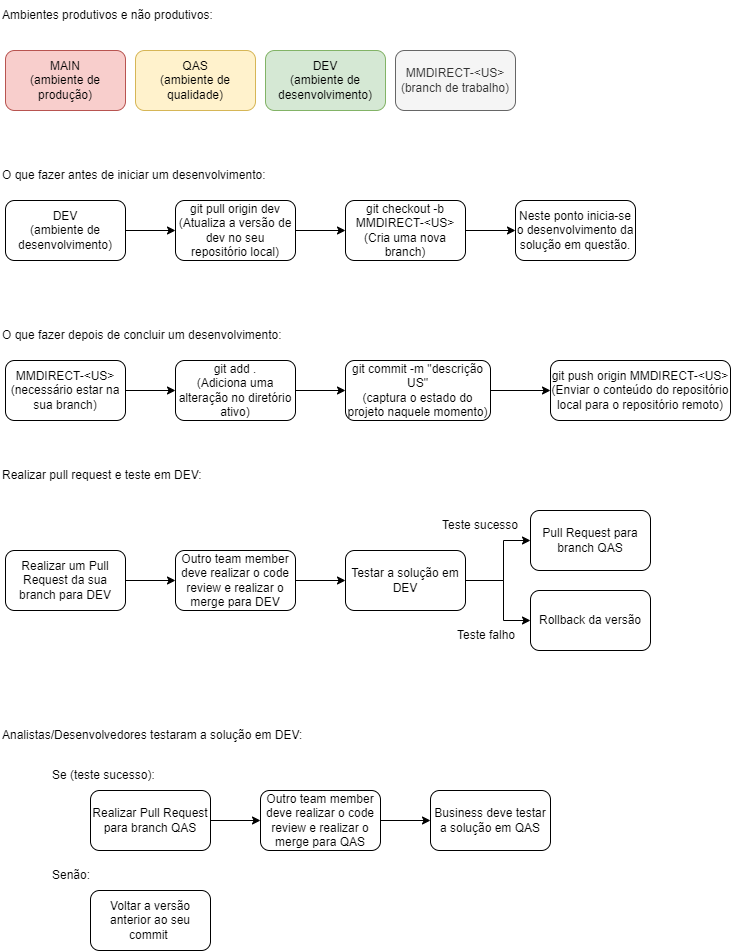
Earlier version of the draw.io export Github flow 2.drawio.png (JuRibeiro/github-flow). Source tidied: cells renumbered, new cells last; positions are measured from the earlier drawing's top-left corner, leaving out a move shared by most shapes.
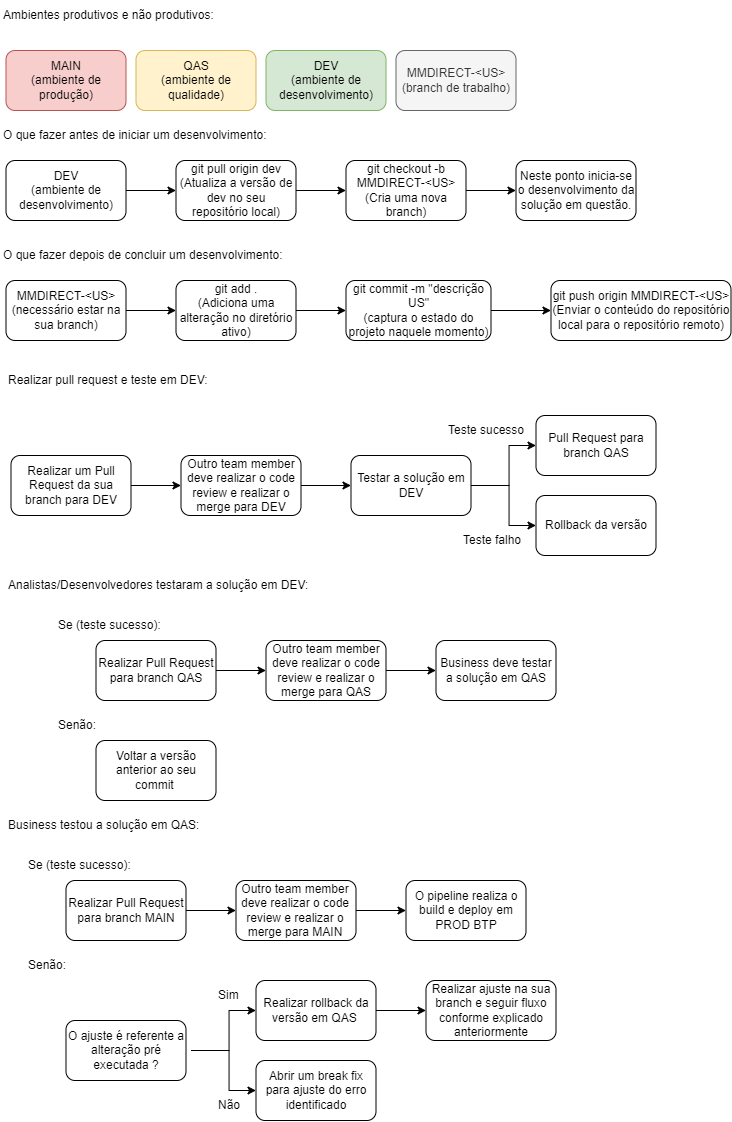
The same file after the commit.

What changed in the source:
```diff
@@ -3,143 +3,209 @@
     <mxCell id="0" />
     <mxCell id="1" parent="0" />
     <mxCell id="2" value="MAIN&lt;br&gt;(ambiente de produção)" style="rounded=1;whiteSpace=wrap;html=1;fillColor=#f8cecc;strokeColor=#b85450;" parent="1" vertex="1">
-      <mxGeometry x="5" y="50" width="120" height="60" as="geometry" />
+      <mxGeometry x="-17.5" y="-30" width="120" height="60" as="geometry" />
     </mxCell>
     <mxCell id="3" value="QAS&lt;br&gt;(ambiente de qualidade)" style="rounded=1;whiteSpace=wrap;html=1;fillColor=#fff2cc;strokeColor=#d6b656;" parent="1" vertex="1">
-      <mxGeometry x="135" y="50" width="120" height="60" as="geometry" />
+      <mxGeometry x="112.5" y="-30" width="120" height="60" as="geometry" />
     </mxCell>
     <mxCell id="4" value="DEV&lt;br&gt;(ambiente de desenvolvimento)" style="rounded=1;whiteSpace=wrap;html=1;fillColor=#d5e8d4;strokeColor=#82b366;" parent="1" vertex="1">
-      <mxGeometry x="265" y="50" width="120" height="60" as="geometry" />
+      <mxGeometry x="242.5" y="-30" width="120" height="60" as="geometry" />
     </mxCell>
     <mxCell id="5" style="edgeStyle=orthogonalEdgeStyle;rounded=0;jettySize=auto;html=1;" parent="1" edge="1" source="6" target="10">
       <mxGeometry relative="1" as="geometry" />
     </mxCell>
     <mxCell id="6" value="git pull origin dev&lt;br&gt;(Atualiza a versão de dev no seu repositório local)" style="whiteSpace=wrap;html=1;rounded=1;" parent="1" vertex="1">
-      <mxGeometry x="175" y="200" width="120" height="60" as="geometry" />
+      <mxGeometry x="152.5" y="80" width="120" height="60" as="geometry" />
     </mxCell>
     <mxCell id="7" style="edgeStyle=orthogonalEdgeStyle;rounded=0;jettySize=auto;html=1;" parent="1" edge="1" source="8" target="6">
       <mxGeometry relative="1" as="geometry" />
     </mxCell>
     <mxCell id="8" value="DEV&lt;br&gt;(ambiente de desenvolvimento)" style="rounded=1;whiteSpace=wrap;html=1;" parent="1" vertex="1">
-      <mxGeometry x="5" y="200" width="120" height="60" as="geometry" />
+      <mxGeometry x="-17.5" y="80" width="120" height="60" as="geometry" />
     </mxCell>
     <mxCell id="9" style="edgeStyle=orthogonalEdgeStyle;rounded=0;jettySize=auto;html=1;" parent="1" edge="1" source="10" target="11">
       <mxGeometry relative="1" as="geometry" />
     </mxCell>
     <mxCell id="10" value="git checkout -b MMDIRECT-&amp;lt;US&amp;gt;&lt;br&gt;(Cria uma nova branch)" style="whiteSpace=wrap;html=1;rounded=1;" parent="1" vertex="1">
-      <mxGeometry x="345" y="200" width="120" height="60" as="geometry" />
+      <mxGeometry x="322.5" y="80" width="120" height="60" as="geometry" />
     </mxCell>
     <mxCell id="11" value="Neste ponto inicia-se o desenvolvimento da solução em questão." style="whiteSpace=wrap;html=1;rounded=1;" parent="1" vertex="1">
-      <mxGeometry x="515" y="200" width="120" height="60" as="geometry" />
+      <mxGeometry x="492.5" y="80" width="120" height="60" as="geometry" />
     </mxCell>
     <mxCell id="12" value="Ambientes produtivos e não produtivos:" style="text;html=1;strokeColor=none;fillColor=none;align=left;verticalAlign=middle;whiteSpace=wrap;rounded=0;" parent="1" vertex="1">
-      <mxGeometry width="230" height="30" as="geometry" />
+      <mxGeometry x="-22.5" y="-80" width="230" height="30" as="geometry" />
     </mxCell>
     <mxCell id="13" value="O que fazer antes de iniciar um desenvolvimento:" style="text;html=1;strokeColor=none;fillColor=none;align=left;verticalAlign=middle;whiteSpace=wrap;rounded=0;" parent="1" vertex="1">
-      <mxGeometry y="160" width="290" height="30" as="geometry" />
+      <mxGeometry x="-22.5" y="40" width="290" height="30" as="geometry" />
     </mxCell>
     <mxCell id="14" value="O que fazer depois de concluir um desenvolvimento:" style="text;html=1;strokeColor=none;fillColor=none;align=left;verticalAlign=middle;whiteSpace=wrap;rounded=0;" parent="1" vertex="1">
-      <mxGeometry y="320" width="290" height="30" as="geometry" />
+      <mxGeometry x="-22.5" y="160" width="290" height="30" as="geometry" />
     </mxCell>
     <mxCell id="15" style="edgeStyle=orthogonalEdgeStyle;rounded=0;jettySize=auto;html=1;" parent="1" edge="1" source="16" target="20">
       <mxGeometry relative="1" as="geometry" />
     </mxCell>
     <mxCell id="16" value="git add .&lt;br&gt;(Adiciona uma alteração no diretório ativo)" style="whiteSpace=wrap;html=1;rounded=1;" parent="1" vertex="1">
-      <mxGeometry x="175" y="360" width="120" height="60" as="geometry" />
+      <mxGeometry x="152.5" y="200" width="120" height="60" as="geometry" />
     </mxCell>
     <mxCell id="17" style="edgeStyle=orthogonalEdgeStyle;rounded=0;jettySize=auto;html=1;" parent="1" edge="1" source="18" target="16">
       <mxGeometry relative="1" as="geometry" />
     </mxCell>
     <mxCell id="18" value="MMDIRECT-&amp;lt;US&amp;gt;&lt;br&gt;(necessário estar na sua branch)" style="rounded=1;whiteSpace=wrap;html=1;" parent="1" vertex="1">
-      <mxGeometry x="5" y="360" width="120" height="60" as="geometry" />
+      <mxGeometry x="-17.5" y="200" width="120" height="60" as="geometry" />
     </mxCell>
     <mxCell id="19" style="edgeStyle=orthogonalEdgeStyle;rounded=0;jettySize=auto;html=1;" parent="1" edge="1" source="20" target="21">
       <mxGeometry relative="1" as="geometry" />
     </mxCell>
     <mxCell id="20" value="&lt;font style=&quot;font-size: 12px;&quot;&gt;git commit -m &quot;descrição US&quot;&lt;br&gt;(captura o estado do projeto naquele momento)&lt;/font&gt;" style="whiteSpace=wrap;html=1;rounded=1;" parent="1" vertex="1">
-      <mxGeometry x="345" y="360" width="145" height="60" as="geometry" />
+      <mxGeometry x="322.5" y="200" width="145" height="60" as="geometry" />
     </mxCell>
     <mxCell id="21" value="git push origin MMDIRECT-&amp;lt;US&amp;gt;&lt;br&gt;(Enviar o conteúdo do repositório local para o repositório remoto)" style="whiteSpace=wrap;html=1;rounded=1;" parent="1" vertex="1">
-      <mxGeometry x="550" y="360" width="180" height="60" as="geometry" />
+      <mxGeometry x="527.5" y="200" width="180" height="60" as="geometry" />
     </mxCell>
     <mxCell id="22" style="edgeStyle=orthogonalEdgeStyle;rounded=0;jettySize=auto;html=1;" parent="1" edge="1" source="23" target="27">
       <mxGeometry relative="1" as="geometry" />
     </mxCell>
     <mxCell id="23" value="Outro team member deve realizar o code review e realizar o merge para DEV" style="whiteSpace=wrap;html=1;rounded=1;" parent="1" vertex="1">
-      <mxGeometry x="175" y="550" width="120" height="60" as="geometry" />
+      <mxGeometry x="157.5" y="375" width="120" height="60" as="geometry" />
     </mxCell>
     <mxCell id="24" style="edgeStyle=orthogonalEdgeStyle;rounded=0;jettySize=auto;html=1;" parent="1" edge="1" source="25" target="23">
       <mxGeometry relative="1" as="geometry" />
     </mxCell>
     <mxCell id="25" value="Realizar um Pull Request da sua branch para DEV" style="rounded=1;whiteSpace=wrap;html=1;" parent="1" vertex="1">
-      <mxGeometry x="5" y="550" width="120" height="60" as="geometry" />
+      <mxGeometry x="-12.5" y="375" width="120" height="60" as="geometry" />
     </mxCell>
     <mxCell id="26" style="edgeStyle=orthogonalEdgeStyle;rounded=0;jettySize=auto;html=1;" parent="1" edge="1" source="27" target="29">
       <mxGeometry relative="1" as="geometry">
         <Array as="points">
-          <mxPoint x="503" y="580" />
-          <mxPoint x="503" y="620" />
+          <mxPoint x="485.5" y="405" />
+          <mxPoint x="485.5" y="445" />
         </Array>
       </mxGeometry>
     </mxCell>
     <mxCell id="27" value="Testar a solução em DEV" style="whiteSpace=wrap;html=1;rounded=1;" parent="1" vertex="1">
-      <mxGeometry x="345" y="550" width="120" height="60" as="geometry" />
+      <mxGeometry x="327.5" y="375" width="120" height="60" as="geometry" />
     </mxCell>
     <mxCell id="28" value="Pull Request para branch QAS" style="whiteSpace=wrap;html=1;rounded=1;" parent="1" vertex="1">
-      <mxGeometry x="530" y="510" width="120" height="60" as="geometry" />
+      <mxGeometry x="512.5" y="335" width="120" height="60" as="geometry" />
     </mxCell>
     <mxCell id="29" value="Rollback da versão" style="whiteSpace=wrap;html=1;rounded=1;" parent="1" vertex="1">
-      <mxGeometry x="530" y="590" width="120" height="60" as="geometry" />
+      <mxGeometry x="512.5" y="415" width="120" height="60" as="geometry" />
     </mxCell>
     <mxCell id="30" style="edgeStyle=orthogonalEdgeStyle;rounded=0;jettySize=auto;html=1;exitX=1;exitY=0.5;exitDx=0;exitDy=0;" parent="1" edge="1" source="27">
       <mxGeometry relative="1" as="geometry">
-        <mxPoint x="530" y="540" as="targetPoint" />
+        <mxPoint x="512.5" y="365" as="targetPoint" />
         <Array as="points">
-          <mxPoint x="503" y="580" />
-          <mxPoint x="503" y="540" />
+          <mxPoint x="485.5" y="405" />
+          <mxPoint x="485.5" y="365" />
         </Array>
       </mxGeometry>
     </mxCell>
     <mxCell id="31" value="Teste sucesso" style="text;html=1;strokeColor=none;fillColor=none;align=left;verticalAlign=middle;whiteSpace=wrap;rounded=0;" parent="1" vertex="1">
-      <mxGeometry x="440" y="510" width="85" height="30" as="geometry" />
+      <mxGeometry x="422.5" y="335" width="85" height="30" as="geometry" />
     </mxCell>
     <mxCell id="32" value="Teste falho" style="text;html=1;strokeColor=none;fillColor=none;align=left;verticalAlign=middle;whiteSpace=wrap;rounded=0;" parent="1" vertex="1">
-      <mxGeometry x="455" y="620" width="75" height="30" as="geometry" />
+      <mxGeometry x="437.5" y="445" width="75" height="30" as="geometry" />
     </mxCell>
     <mxCell id="33" value="Realizar pull request e teste em DEV:" style="text;html=1;strokeColor=none;fillColor=none;align=left;verticalAlign=middle;whiteSpace=wrap;rounded=0;" parent="1" vertex="1">
-      <mxGeometry y="460" width="290" height="30" as="geometry" />
+      <mxGeometry x="-17.5" y="285" width="290" height="30" as="geometry" />
     </mxCell>
     <mxCell id="34" value="Se (teste sucesso):" style="text;html=1;strokeColor=none;fillColor=none;align=left;verticalAlign=middle;whiteSpace=wrap;rounded=0;" parent="1" vertex="1">
-      <mxGeometry x="50" y="760" width="290" height="30" as="geometry" />
+      <mxGeometry x="32.5" y="530" width="290" height="30" as="geometry" />
     </mxCell>
     <mxCell id="35" value="Senão:" style="text;html=1;strokeColor=none;fillColor=none;align=left;verticalAlign=middle;whiteSpace=wrap;rounded=0;" parent="1" vertex="1">
-      <mxGeometry x="50" y="860" width="290" height="30" as="geometry" />
+      <mxGeometry x="32.5" y="630" width="290" height="30" as="geometry" />
     </mxCell>
     <mxCell id="36" style="edgeStyle=orthogonalEdgeStyle;rounded=0;jettySize=auto;html=1;" parent="1" edge="1" source="37">
       <mxGeometry relative="1" as="geometry">
-        <mxPoint x="260" y="820" as="targetPoint" />
+        <mxPoint x="242.5" y="590" as="targetPoint" />
       </mxGeometry>
     </mxCell>
     <mxCell id="37" value="Realizar Pull Request para branch QAS" style="whiteSpace=wrap;html=1;rounded=1;" parent="1" vertex="1">
-      <mxGeometry x="90" y="790" width="120" height="60" as="geometry" />
+      <mxGeometry x="72.5" y="560" width="120" height="60" as="geometry" />
     </mxCell>
     <mxCell id="38" style="edgeStyle=orthogonalEdgeStyle;rounded=0;jettySize=auto;html=1;" parent="1" edge="1" source="39" target="40">
       <mxGeometry relative="1" as="geometry" />
     </mxCell>
     <mxCell id="39" value="Outro team member deve realizar o code review e realizar o merge para QAS" style="whiteSpace=wrap;html=1;rounded=1;" parent="1" vertex="1">
-      <mxGeometry x="260" y="790" width="120" height="60" as="geometry" />
+      <mxGeometry x="242.5" y="560" width="120" height="60" as="geometry" />
     </mxCell>
     <mxCell id="40" value="Business deve testar a solução em QAS" style="whiteSpace=wrap;html=1;rounded=1;" parent="1" vertex="1">
-      <mxGeometry x="430" y="790" width="120" height="60" as="geometry" />
+      <mxGeometry x="412.5" y="560" width="120" height="60" as="geometry" />
     </mxCell>
     <mxCell id="41" value="Voltar a versão anterior ao seu commit&amp;nbsp;" style="whiteSpace=wrap;html=1;rounded=1;" parent="1" vertex="1">
-      <mxGeometry x="90" y="890" width="120" height="60" as="geometry" />
+      <mxGeometry x="72.5" y="660" width="120" height="60" as="geometry" />
     </mxCell>
     <mxCell id="42" value="MMDIRECT-&amp;lt;US&amp;gt;&lt;br&gt;(branch de trabalho)" style="rounded=1;whiteSpace=wrap;html=1;fillColor=#f5f5f5;fontColor=#333333;strokeColor=#666666;" parent="1" vertex="1">
-      <mxGeometry x="395" y="50" width="120" height="60" as="geometry" />
+      <mxGeometry x="372.5" y="-30" width="120" height="60" as="geometry" />
     </mxCell>
     <mxCell id="43" value="Analistas/Desenvolvedores testaram a solução em DEV:" style="text;html=1;strokeColor=none;fillColor=none;align=left;verticalAlign=middle;whiteSpace=wrap;rounded=0;" parent="1" vertex="1">
-      <mxGeometry y="720" width="320" height="30" as="geometry" />
+      <mxGeometry x="-17.5" y="490" width="320" height="30" as="geometry" />
     </mxCell>
+    <mxCell id="44" value="Business testou a solução em QAS:" style="text;html=1;strokeColor=none;fillColor=none;align=left;verticalAlign=middle;whiteSpace=wrap;rounded=0;" parent="1" vertex="1">
+      <mxGeometry x="-17.5" y="730" width="300" height="30" as="geometry" />
+    </mxCell>
+    <mxCell id="45" value="Se (teste sucesso):" style="text;html=1;strokeColor=none;fillColor=none;align=left;verticalAlign=middle;whiteSpace=wrap;rounded=0;" parent="1" vertex="1">
+      <mxGeometry x="2.5" y="770" width="290" height="30" as="geometry" />
+    </mxCell>
+    <mxCell id="46" value="Senão:" style="text;html=1;strokeColor=none;fillColor=none;align=left;verticalAlign=middle;whiteSpace=wrap;rounded=0;" parent="1" vertex="1">
+      <mxGeometry x="2.5" y="870" width="290" height="30" as="geometry" />
+    </mxCell>
+    <mxCell id="47" style="edgeStyle=orthogonalEdgeStyle;rounded=0;jettySize=auto;html=1;" parent="1" edge="1" source="48">
+      <mxGeometry relative="1" as="geometry">
+        <mxPoint x="212.5" y="830" as="targetPoint" />
+      </mxGeometry>
+    </mxCell>
+    <mxCell id="48" value="Realizar Pull Request para branch MAIN" style="whiteSpace=wrap;html=1;rounded=1;" parent="1" vertex="1">
+      <mxGeometry x="42.5" y="800" width="120" height="60" as="geometry" />
+    </mxCell>
+    <mxCell id="49" style="edgeStyle=orthogonalEdgeStyle;rounded=0;jettySize=auto;html=1;" parent="1" edge="1" source="50" target="51">
+      <mxGeometry relative="1" as="geometry" />
+    </mxCell>
+    <mxCell id="50" value="Outro team member deve realizar o code review e realizar o merge para MAIN" style="whiteSpace=wrap;html=1;rounded=1;" parent="1" vertex="1">
+      <mxGeometry x="212.5" y="800" width="120" height="60" as="geometry" />
+    </mxCell>
+    <mxCell id="51" value="O pipeline realiza o build e deploy em PROD BTP" style="whiteSpace=wrap;html=1;rounded=1;" parent="1" vertex="1">
+      <mxGeometry x="382.5" y="800" width="120" height="60" as="geometry" />
+    </mxCell>
+    <mxCell id="52" value="O ajuste é referente a alteração pré executada ?" style="whiteSpace=wrap;html=1;rounded=1;" parent="1" vertex="1">
+      <mxGeometry x="42.5" y="940" width="120" height="60" as="geometry" />
+    </mxCell>
+    <mxCell id="53" style="edgeStyle=orthogonalEdgeStyle;rounded=0;jettySize=auto;html=1;" parent="1" edge="1" target="56">
+      <mxGeometry relative="1" as="geometry">
+        <mxPoint x="167.5" y="970" as="sourcePoint" />
+        <Array as="points">
+          <mxPoint x="205.5" y="970" />
+          <mxPoint x="205.5" y="1010" />
+        </Array>
+      </mxGeometry>
+    </mxCell>
+    <mxCell id="54" style="edgeStyle=orthogonalEdgeStyle;rounded=0;jettySize=auto;html=1;" parent="1" edge="1" source="55" target="60">
+      <mxGeometry relative="1" as="geometry" />
+    </mxCell>
+    <mxCell id="55" value="Realizar rollback da versão em QAS&amp;nbsp;" style="whiteSpace=wrap;html=1;rounded=1;" parent="1" vertex="1">
+      <mxGeometry x="232.5" y="900" width="120" height="60" as="geometry" />
+    </mxCell>
+    <mxCell id="56" value="Abrir um break fix para ajuste do erro identificado" style="whiteSpace=wrap;html=1;rounded=1;" parent="1" vertex="1">
+      <mxGeometry x="232.5" y="980" width="120" height="60" as="geometry" />
+    </mxCell>
+    <mxCell id="57" style="edgeStyle=orthogonalEdgeStyle;rounded=0;orthogonalLoop=1;jettySize=auto;html=1;exitX=1;exitY=0.5;exitDx=0;exitDy=0;" parent="1" edge="1">
+      <mxGeometry relative="1" as="geometry">
+        <mxPoint x="167.5" y="970" as="sourcePoint" />
+        <mxPoint x="232.5" y="930" as="targetPoint" />
+        <Array as="points">
+          <mxPoint x="205.5" y="970" />
+          <mxPoint x="205.5" y="930" />
+        </Array>
+      </mxGeometry>
+    </mxCell>
+    <mxCell id="58" value="Sim" style="text;html=1;strokeColor=none;fillColor=none;align=left;verticalAlign=middle;whiteSpace=wrap;rounded=0;" parent="1" vertex="1">
+      <mxGeometry x="192.5" y="900" width="30" height="30" as="geometry" />
+    </mxCell>
+    <mxCell id="59" value="Não" style="text;html=1;strokeColor=none;fillColor=none;align=left;verticalAlign=middle;whiteSpace=wrap;rounded=0;" parent="1" vertex="1">
+      <mxGeometry x="192.5" y="1010" width="35" height="30" as="geometry" />
+    </mxCell>
+    <mxCell id="60" value="Realizar ajuste na sua branch e seguir fluxo conforme explicado anteriormente" style="whiteSpace=wrap;html=1;rounded=1;" parent="1" vertex="1">
+      <mxGeometry x="402.5" y="900" width="130" height="60" as="geometry" />
+    </mxCell>
   </root>
 </mxGraphModel>
```
